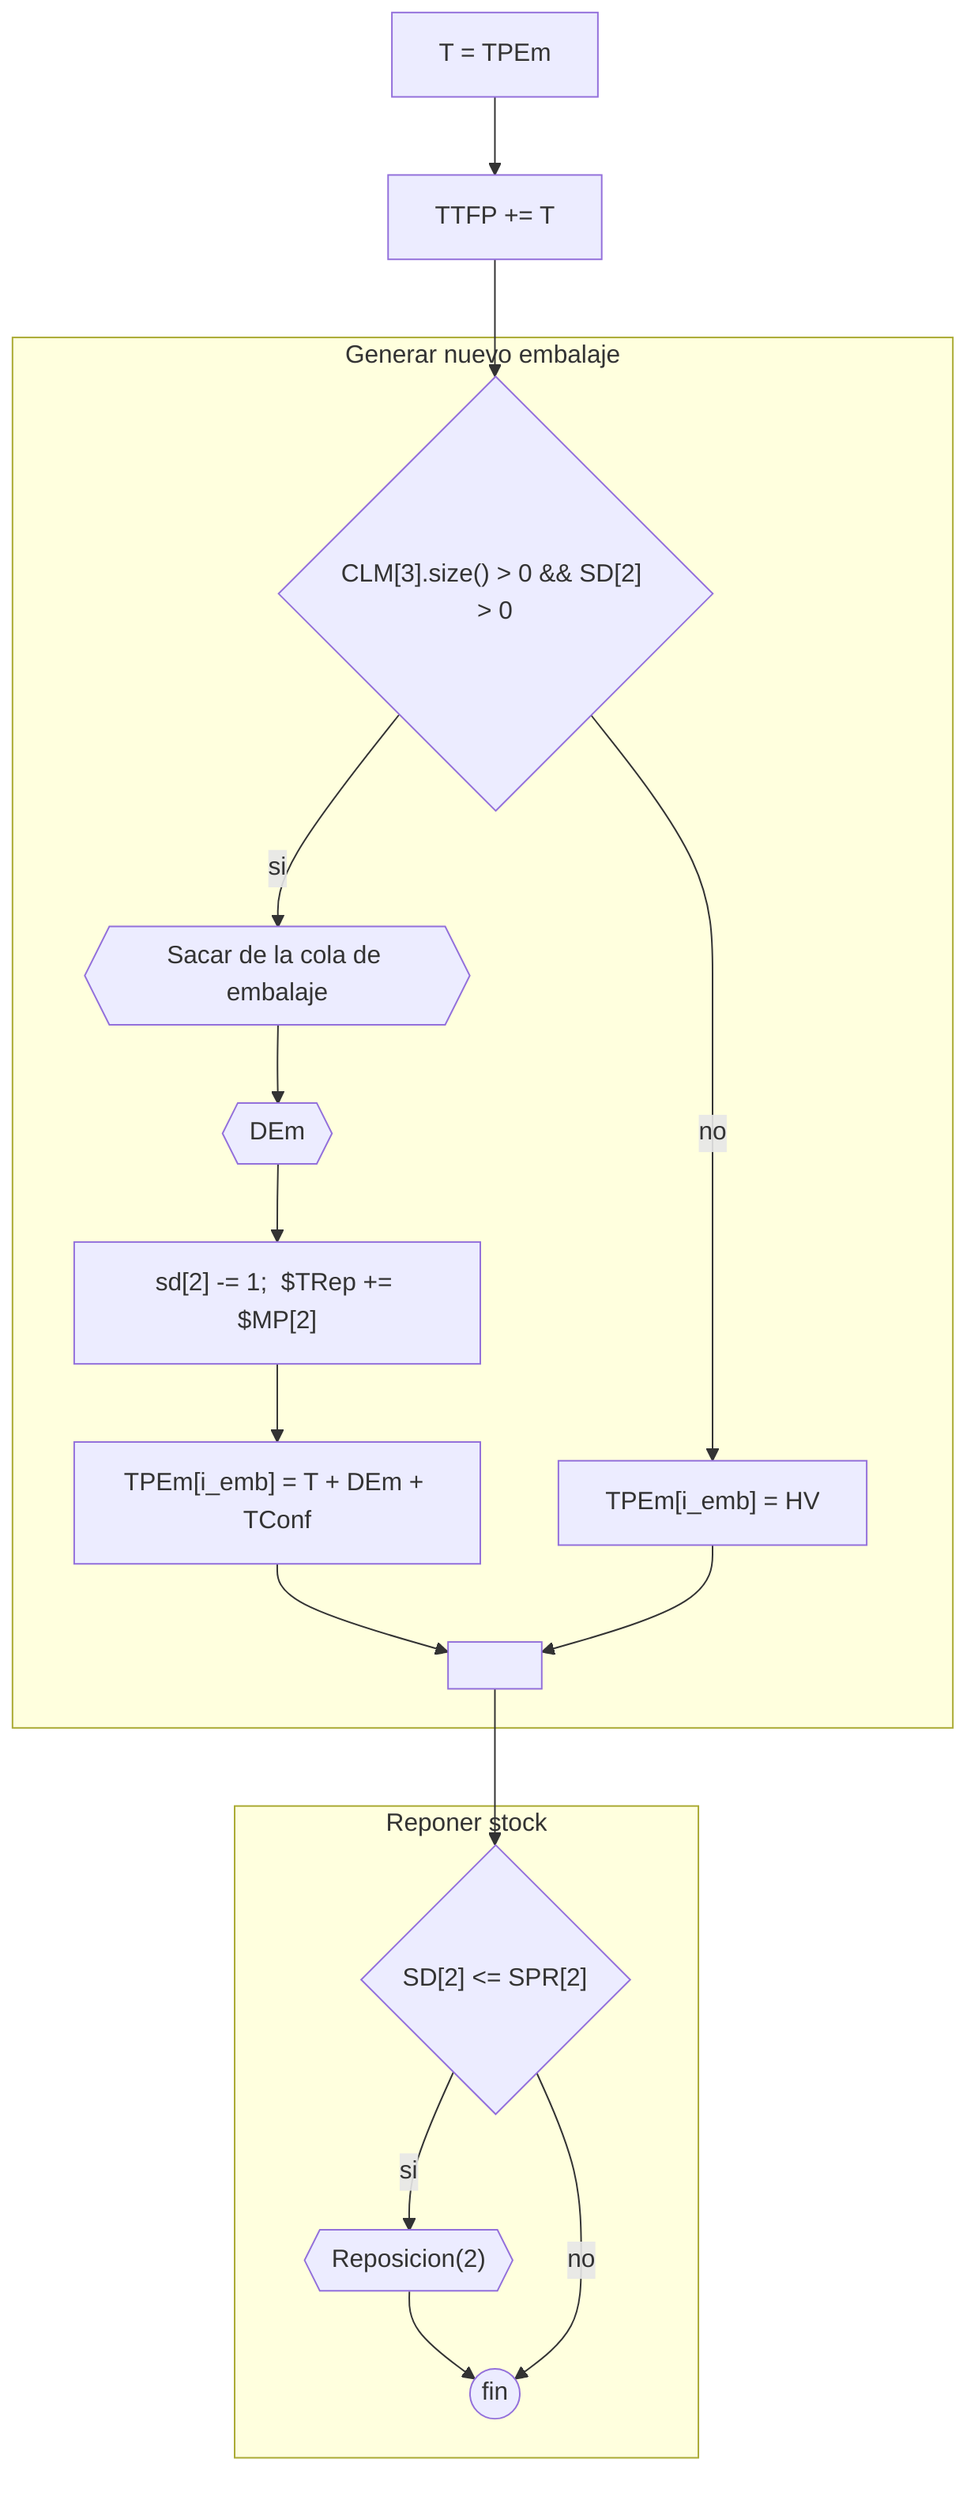
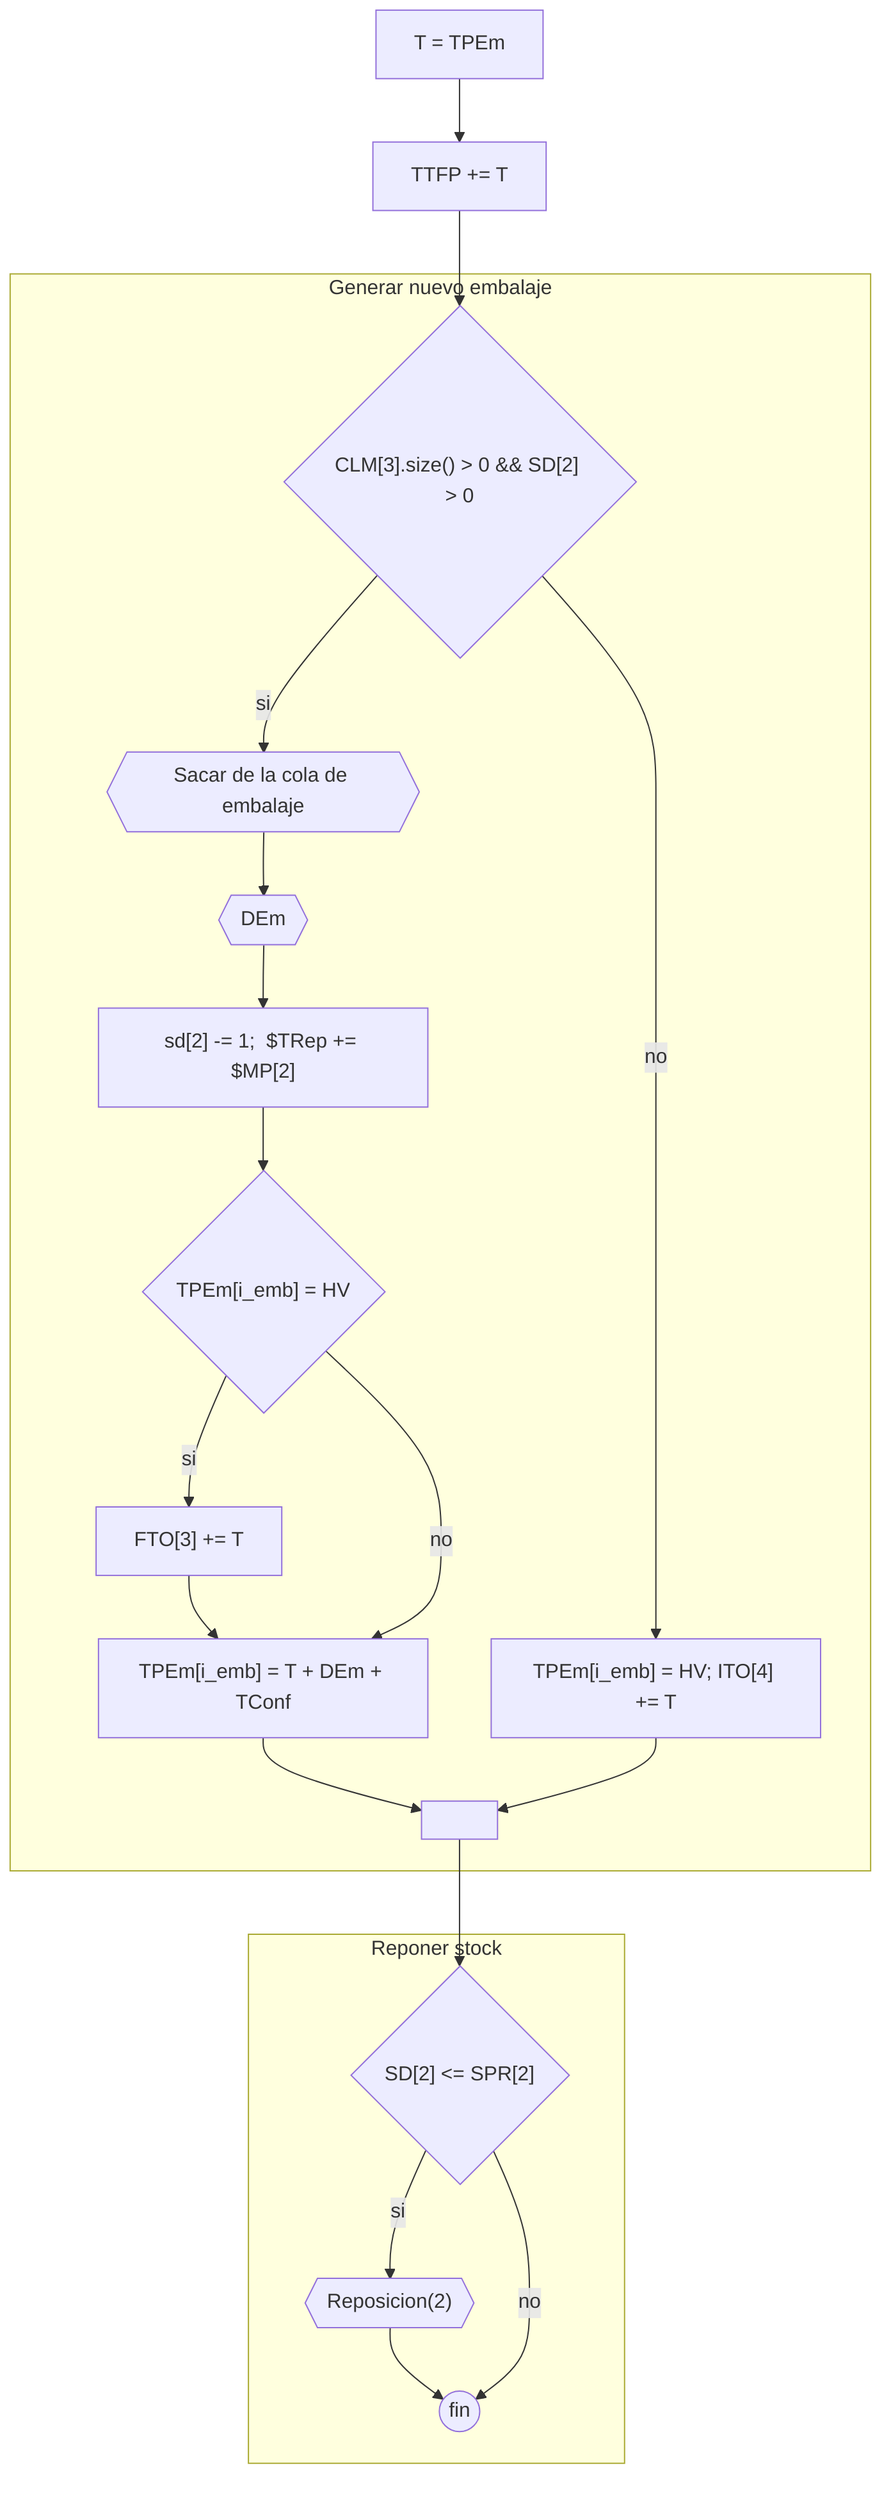
flowchart TD
    direction TD

    a[T = TPEm] -->a1["TTFP += T"] -->if{"CLM[3].size() > 0 && SD[2] > 0"}
    subgraph Generar nuevo embalaje
-     if --> |si| e{{"Sacar de la cola de embalaje"}} --> s{{DEm}} --> s2["sd[2] -= 1;  $TRep += $MP[2]"] --> b["TPEm[i_emb] = T + DEm + TConf"] --> l
-     if --> |no| zz["TPEm[i_emb] = HV"] --> l[" "]
+     if --> |si| e{{"Sacar de la cola de embalaje"}} --> s{{DEm}} --> s2["sd[2] -= 1;  $TRep += $MP[2]"] --> i1{"TPEm[i_emb] = HV"} --> |si| i2["FTO[3] += T"] --> b
+     i1 --> |no| b["TPEm[i_emb] = T + DEm + TConf"] --> l
+     if --> |no| zz["TPEm[i_emb] = HV; ITO[4] += T"] --> l[" "]
    end
    subgraph Reponer stock
    l --> if3{"SD[2] <= SPR[2]"}
    if3 --> |si| r{{"Reposicion(2)"}} --> fin((fin))
    if3 --> |no| fin
    end
